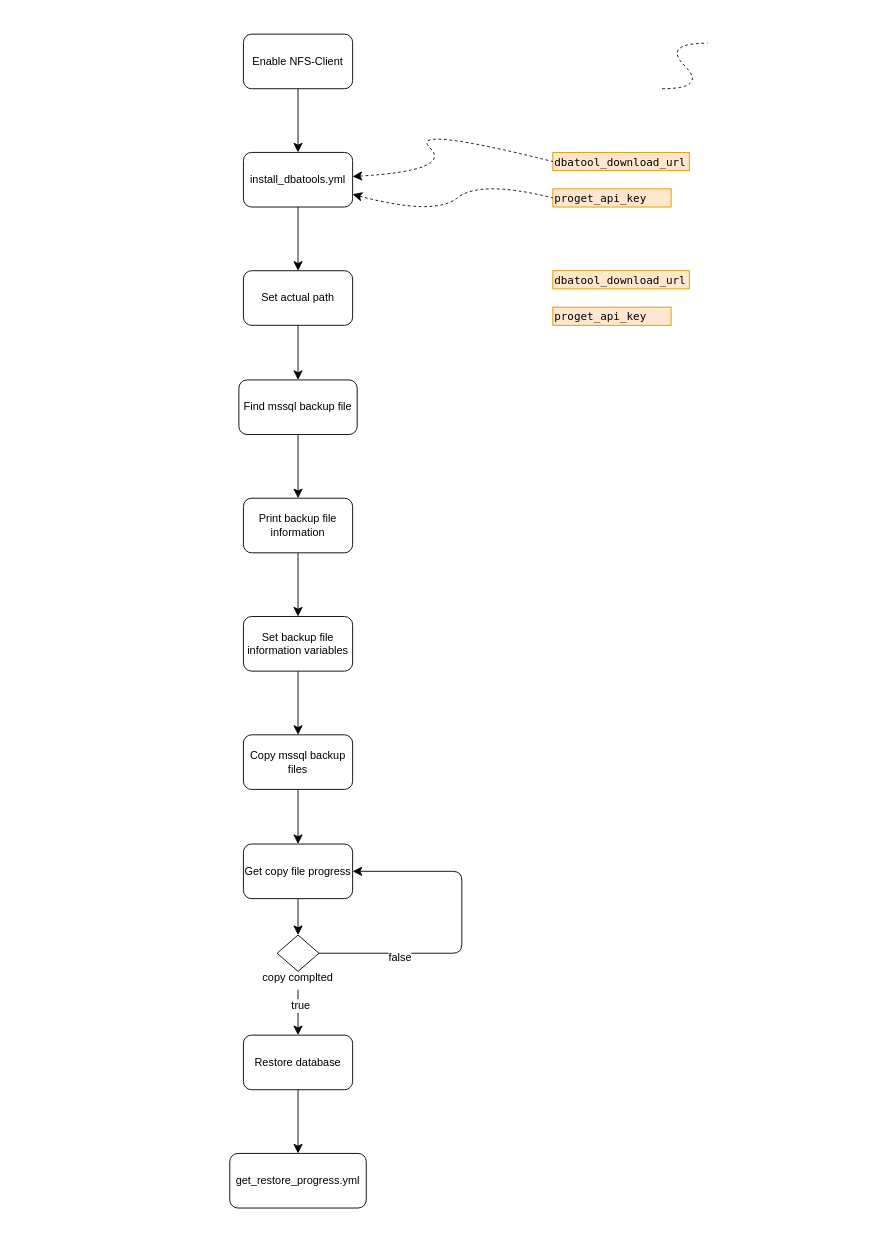
This is Ansible-Restore-MSSQL-Database.drawio from khinhvuphiduong/diagrams.net, a draw.io file, before an edit. Source tidied: cells renumbered, new cells numbered last; positions are measured from the earlier drawing's top-left corner, leaving out a move shared by most shapes. Both pictures are drawn from the tidied source at 91%, with x=0, y=0 at pixel (229, 34).
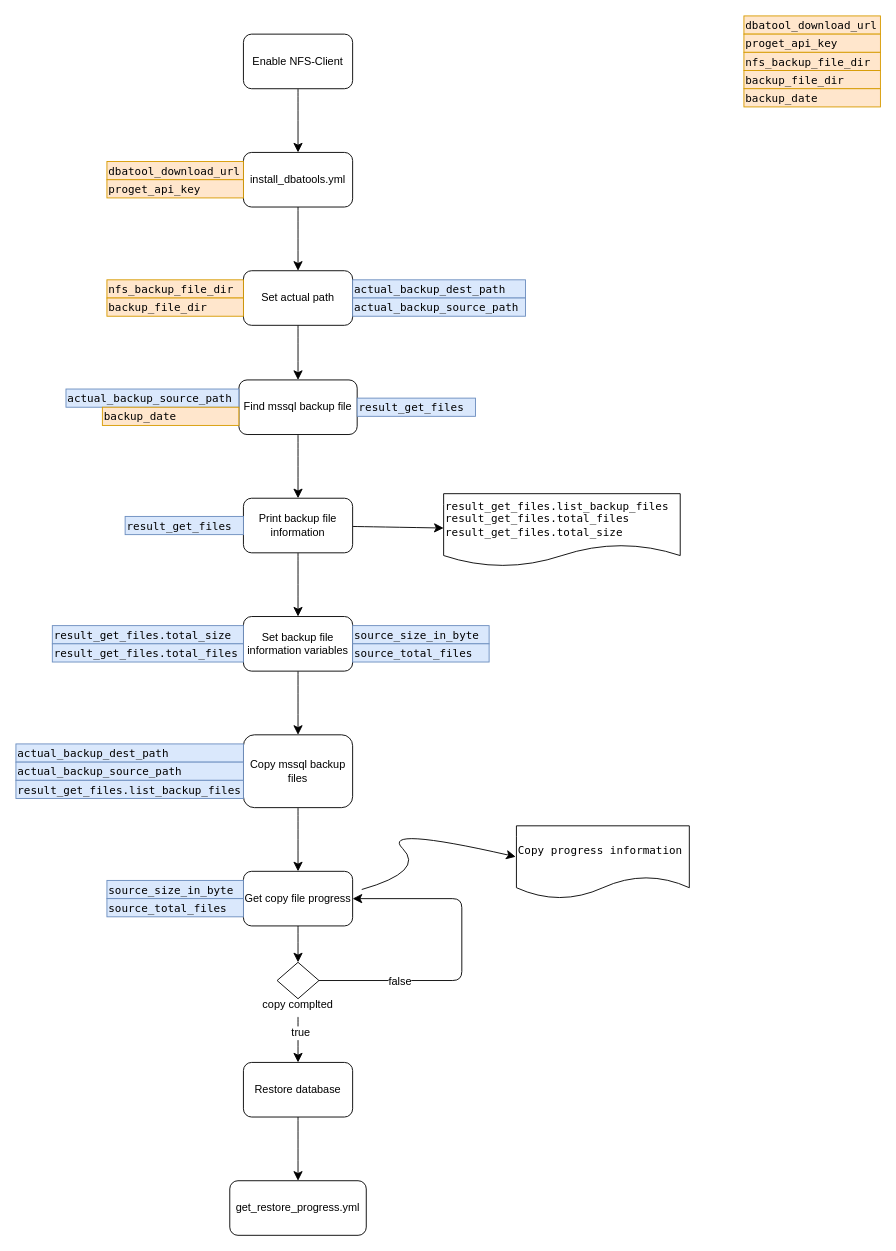
The same page after the edit.

Unchanged cells that the change refers to:
```xml
<mxCell id="5" value="Print backup file information" style="rounded=1;whiteSpace=wrap;html=1;" parent="1" vertex="1">
  <mxGeometry x="15" y="510" width="120" height="60" as="geometry" />
</mxCell>
<mxCell id="17" value="install_dbatools.yml" style="rounded=1;whiteSpace=wrap;html=1;" parent="1" vertex="1">
  <mxGeometry x="15" y="130" width="120" height="60" as="geometry" />
</mxCell>
```

Diff of the diagram source:
```diff
@@
+    <mxCell id="34" style="edgeStyle=none;curved=1;rounded=0;jettySize=auto;html=1;fontSize=12;startSize=8;endSize=8;" parent="1" edge="1" source="5" target="46">
+      <mxGeometry relative="1" as="geometry" />
+    </mxCell>
@@
     <mxCell id="13" value="Copy mssql backup files" style="rounded=1;whiteSpace=wrap;html=1;" parent="1" vertex="1">
-      <mxGeometry x="15" y="770" width="120" height="60" as="geometry" />
+      <mxGeometry x="15" y="770" width="120" height="80" as="geometry" />
     </mxCell>
@@
     <mxCell id="15" value="Get copy file progress" style="rounded=1;whiteSpace=wrap;html=1;" parent="1" vertex="1">
-      <mxGeometry x="15" y="890" width="120" height="60" as="geometry" />
+      <mxGeometry x="15" y="920" width="120" height="60" as="geometry" />
     </mxCell>
@@
     <mxCell id="19" value="Restore database" style="rounded=1;whiteSpace=wrap;html=1;" parent="1" vertex="1">
-      <mxGeometry x="15" y="1100" width="120" height="60" as="geometry" />
+      <mxGeometry x="15" y="1130" width="120" height="60" as="geometry" />
     </mxCell>
     <mxCell id="20" value="get_restore_progress.yml" style="rounded=1;whiteSpace=wrap;html=1;" parent="1" vertex="1">
-      <mxGeometry y="1230" width="150" height="60" as="geometry" />
+      <mxGeometry y="1260" width="150" height="60" as="geometry" />
     </mxCell>
     <mxCell id="21" style="edgeStyle=none;curved=0;rounded=1;jettySize=auto;html=1;entryX=1;entryY=0.5;entryDx=0;entryDy=0;fontSize=12;startSize=8;endSize=8;" parent="1" edge="1" source="23" target="15">
       <mxGeometry relative="1" as="geometry">
         <Array as="points">
-          <mxPoint x="255" y="1010" />
-          <mxPoint x="255" y="920" />
+          <mxPoint x="255" y="1040" />
+          <mxPoint x="255" y="950" />
         </Array>
       </mxGeometry>
     </mxCell>
     <mxCell id="22" value="false" style="edgeLabel;html=1;align=center;verticalAlign=middle;fontSize=12;" parent="21" vertex="1">
-      <mxGeometry x="-0.52" y="-4" relative="1" as="geometry" />
+      <mxGeometry x="-0.52" y="-4" relative="1" as="geometry">
+        <mxPoint y="-4" as="offset" />
+      </mxGeometry>
     </mxCell>
     <mxCell id="23" style="rhombus;whiteSpace=wrap;html=1;" parent="1" vertex="1">
-      <mxGeometry x="52" y="990" width="46" height="40" as="geometry" />
+      <mxGeometry x="52" y="1020" width="46" height="40" as="geometry" />
     </mxCell>
@@
     <mxCell id="26" value="&lt;font style=&quot;font-size: 12px;&quot;&gt;copy complted&lt;/font&gt;" style="text;html=1;align=center;verticalAlign=middle;whiteSpace=wrap;rounded=0;fontSize=16;" parent="1" vertex="1">
-      <mxGeometry x="25" y="1020" width="100" height="30" as="geometry" />
+      <mxGeometry x="25" y="1050" width="100" height="30" as="geometry" />
     </mxCell>
     <mxCell id="27" value="&lt;div style=&quot;font-family: Menlo, Monaco, &amp;quot;Courier New&amp;quot;, monospace; font-weight: normal; font-size: 12px; line-height: 18px; white-space: pre;&quot;&gt;&lt;div&gt;&lt;span style=&quot;&quot;&gt;dbatool_download_url&lt;/span&gt;&lt;/div&gt;&lt;/div&gt;" style="text;whiteSpace=wrap;html=1;verticalAlign=middle;labelBackgroundColor=none;fillColor=#ffe6cc;strokeColor=#d79b00;" parent="1" vertex="1">
-      <mxGeometry x="355" y="130" width="150" height="20" as="geometry" />
+      <mxGeometry x="-135" y="140" width="150" height="20" as="geometry" />
     </mxCell>
     <mxCell id="28" value="&lt;div style=&quot;font-family: Menlo, Monaco, &amp;quot;Courier New&amp;quot;, monospace; font-weight: normal; font-size: 12px; line-height: 18px; white-space: pre;&quot;&gt;&lt;div&gt;&lt;span style=&quot;&quot;&gt;proget_api_key&lt;/span&gt;&lt;/div&gt;&lt;/div&gt;" style="text;whiteSpace=wrap;html=1;verticalAlign=middle;labelBackgroundColor=none;fillColor=#ffe6cc;strokeColor=#d79b00;" parent="1" vertex="1">
-      <mxGeometry x="355" y="170" width="130" height="20" as="geometry" />
+      <mxGeometry x="-135" y="160" width="150" height="20" as="geometry" />
     </mxCell>
-    <mxCell id="29" style="curved=1;endArrow=none;html=1;rounded=0;fontSize=12;startSize=8;endSize=8;endFill=0;dashed=1;" parent="1" edge="1">
-      <mxGeometry relative="1" as="geometry">
-        <mxPoint x="475" y="60" as="sourcePoint" />
-        <mxPoint x="525" y="10" as="targetPoint" />
-        <Array as="points">
-          <mxPoint x="525" y="60" />
-          <mxPoint x="475" y="10" />
-        </Array>
-      </mxGeometry>
-    </mxCell>
-    <mxCell id="30" style="curved=1;endArrow=none;html=1;rounded=0;fontSize=12;startSize=8;endSize=8;endFill=0;dashed=1;entryX=0;entryY=0.5;entryDx=0;entryDy=0;startArrow=classic;startFill=1;" parent="1" edge="1" source="17" target="27">
-      <mxGeometry relative="1" as="geometry">
-        <Array as="points">
-          <mxPoint x="245" y="150" />
-          <mxPoint x="195" y="100" />
-        </Array>
-      </mxGeometry>
-    </mxCell>
-    <mxCell id="31" style="curved=1;endArrow=none;html=1;rounded=0;fontSize=12;startSize=8;endSize=8;endFill=0;dashed=1;entryX=0;entryY=0.5;entryDx=0;entryDy=0;startArrow=classic;startFill=1;" parent="1" edge="1" source="17" target="28">
-      <mxGeometry relative="1" as="geometry">
-        <Array as="points">
-          <mxPoint x="225" y="200" />
-          <mxPoint x="275" y="160" />
-        </Array>
-      </mxGeometry>
-    </mxCell>
-    <mxCell id="32" value="&lt;div style=&quot;font-family: Menlo, Monaco, &amp;quot;Courier New&amp;quot;, monospace; font-weight: normal; font-size: 12px; line-height: 18px; white-space: pre;&quot;&gt;&lt;div&gt;&lt;span style=&quot;&quot;&gt;dbatool_download_url&lt;/span&gt;&lt;/div&gt;&lt;/div&gt;" style="text;whiteSpace=wrap;html=1;verticalAlign=middle;labelBackgroundColor=none;fillColor=#ffe6cc;strokeColor=#d79b00;" parent="1" vertex="1">
-      <mxGeometry x="355" y="260" width="150" height="20" as="geometry" />
+    <mxCell id="32" value="&lt;div style=&quot;line-height: 18px;&quot;&gt;&lt;font face=&quot;Menlo, Monaco, Courier New, monospace&quot;&gt;&lt;span style=&quot;white-space: pre;&quot;&gt;nfs_backup_file_dir&lt;/span&gt;&lt;/font&gt;&lt;br&gt;&lt;/div&gt;" style="text;whiteSpace=wrap;html=1;verticalAlign=middle;labelBackgroundColor=none;fillColor=#ffe6cc;strokeColor=#d79b00;" parent="1" vertex="1">
+      <mxGeometry x="-135" y="270" width="150" height="20" as="geometry" />
     </mxCell>
-    <mxCell id="33" value="&lt;div style=&quot;font-family: Menlo, Monaco, &amp;quot;Courier New&amp;quot;, monospace; font-weight: normal; font-size: 12px; line-height: 18px; white-space: pre;&quot;&gt;&lt;div&gt;&lt;span style=&quot;&quot;&gt;proget_api_key&lt;/span&gt;&lt;/div&gt;&lt;/div&gt;" style="text;whiteSpace=wrap;html=1;verticalAlign=middle;labelBackgroundColor=none;fillColor=#ffe6cc;strokeColor=#d79b00;" parent="1" vertex="1">
-      <mxGeometry x="355" y="300" width="130" height="20" as="geometry" />
+    <mxCell id="33" value="&lt;div style=&quot;line-height: 18px;&quot;&gt;&lt;font face=&quot;Menlo, Monaco, Courier New, monospace&quot;&gt;&lt;span style=&quot;white-space: pre;&quot;&gt;backup_file_dir&lt;/span&gt;&lt;/font&gt;&lt;br&gt;&lt;/div&gt;" style="text;whiteSpace=wrap;html=1;verticalAlign=middle;labelBackgroundColor=none;fillColor=#ffe6cc;strokeColor=#d79b00;" parent="1" vertex="1">
+      <mxGeometry x="-135" y="290" width="150" height="20" as="geometry" />
     </mxCell>
+    <mxCell id="35" value="&lt;div style=&quot;line-height: 18px;&quot;&gt;&lt;font face=&quot;Menlo, Monaco, Courier New, monospace&quot;&gt;&lt;span style=&quot;white-space: pre;&quot;&gt;actual_backup_dest_path&lt;/span&gt;&lt;/font&gt;&lt;br&gt;&lt;/div&gt;" style="text;whiteSpace=wrap;html=1;verticalAlign=middle;labelBackgroundColor=none;fillColor=#dae8fc;strokeColor=#6c8ebf;" parent="1" vertex="1">
+      <mxGeometry x="135" y="270" width="190" height="20" as="geometry" />
+    </mxCell>
+    <mxCell id="36" value="&lt;div style=&quot;line-height: 18px;&quot;&gt;&lt;font face=&quot;Menlo, Monaco, Courier New, monospace&quot;&gt;&lt;span style=&quot;white-space: pre;&quot;&gt;actual_backup_source_path&lt;/span&gt;&lt;/font&gt;&lt;br&gt;&lt;/div&gt;" style="text;whiteSpace=wrap;html=1;verticalAlign=middle;labelBackgroundColor=none;fillColor=#dae8fc;strokeColor=#6c8ebf;" parent="1" vertex="1">
+      <mxGeometry x="135" y="290" width="190" height="20" as="geometry" />
+    </mxCell>
+    <mxCell id="37" value="&lt;div style=&quot;font-family: Menlo, Monaco, &amp;quot;Courier New&amp;quot;, monospace; font-weight: normal; font-size: 12px; line-height: 18px; white-space: pre;&quot;&gt;&lt;div&gt;&lt;span style=&quot;&quot;&gt;dbatool_download_url&lt;/span&gt;&lt;/div&gt;&lt;/div&gt;" style="text;whiteSpace=wrap;html=1;verticalAlign=middle;labelBackgroundColor=none;fillColor=#ffe6cc;strokeColor=#d79b00;" parent="1" vertex="1">
+      <mxGeometry x="565" y="-20" width="150" height="20" as="geometry" />
+    </mxCell>
+    <mxCell id="38" value="&lt;div style=&quot;font-family: Menlo, Monaco, &amp;quot;Courier New&amp;quot;, monospace; font-weight: normal; font-size: 12px; line-height: 18px; white-space: pre;&quot;&gt;&lt;div&gt;&lt;span style=&quot;&quot;&gt;proget_api_key&lt;/span&gt;&lt;/div&gt;&lt;/div&gt;" style="text;whiteSpace=wrap;html=1;verticalAlign=middle;labelBackgroundColor=none;fillColor=#ffe6cc;strokeColor=#d79b00;" parent="1" vertex="1">
+      <mxGeometry x="565" width="150" height="20" as="geometry" />
+    </mxCell>
+    <mxCell id="39" value="&lt;div style=&quot;line-height: 18px;&quot;&gt;&lt;font face=&quot;Menlo, Monaco, Courier New, monospace&quot;&gt;&lt;span style=&quot;white-space: pre;&quot;&gt;nfs_backup_file_dir&lt;/span&gt;&lt;/font&gt;&lt;br&gt;&lt;/div&gt;" style="text;whiteSpace=wrap;html=1;verticalAlign=middle;labelBackgroundColor=none;fillColor=#ffe6cc;strokeColor=#d79b00;" parent="1" vertex="1">
+      <mxGeometry x="565" y="20" width="150" height="20" as="geometry" />
+    </mxCell>
+    <mxCell id="40" value="&lt;div style=&quot;line-height: 18px;&quot;&gt;&lt;font face=&quot;Menlo, Monaco, Courier New, monospace&quot;&gt;&lt;span style=&quot;white-space: pre;&quot;&gt;backup_file_dir&lt;/span&gt;&lt;/font&gt;&lt;br&gt;&lt;/div&gt;" style="text;whiteSpace=wrap;html=1;verticalAlign=middle;labelBackgroundColor=none;fillColor=#ffe6cc;strokeColor=#d79b00;" parent="1" vertex="1">
+      <mxGeometry x="565" y="40" width="150" height="20" as="geometry" />
+    </mxCell>
+    <mxCell id="41" value="&lt;div style=&quot;line-height: 18px;&quot;&gt;&lt;font face=&quot;Menlo, Monaco, Courier New, monospace&quot;&gt;&lt;span style=&quot;white-space: pre;&quot;&gt;actual_backup_source_path&lt;/span&gt;&lt;/font&gt;&lt;br&gt;&lt;/div&gt;" style="text;whiteSpace=wrap;html=1;verticalAlign=middle;labelBackgroundColor=none;fillColor=#dae8fc;strokeColor=#6c8ebf;" parent="1" vertex="1">
+      <mxGeometry x="-180" y="390" width="190" height="20" as="geometry" />
+    </mxCell>
+    <mxCell id="42" value="&lt;div style=&quot;line-height: 18px;&quot;&gt;&lt;font face=&quot;Menlo, Monaco, Courier New, monospace&quot;&gt;&lt;span style=&quot;white-space: pre;&quot;&gt;backup_date&lt;/span&gt;&lt;/font&gt;&lt;br&gt;&lt;/div&gt;" style="text;whiteSpace=wrap;html=1;verticalAlign=middle;labelBackgroundColor=none;fillColor=#ffe6cc;strokeColor=#d79b00;" parent="1" vertex="1">
+      <mxGeometry x="565" y="60" width="150" height="20" as="geometry" />
+    </mxCell>
+    <mxCell id="43" value="&lt;div style=&quot;line-height: 18px;&quot;&gt;&lt;font face=&quot;Menlo, Monaco, Courier New, monospace&quot;&gt;&lt;span style=&quot;white-space: pre;&quot;&gt;backup_date&lt;/span&gt;&lt;/font&gt;&lt;br&gt;&lt;/div&gt;" style="text;whiteSpace=wrap;html=1;verticalAlign=middle;labelBackgroundColor=none;fillColor=#ffe6cc;strokeColor=#d79b00;" parent="1" vertex="1">
+      <mxGeometry x="-140" y="410" width="150" height="20" as="geometry" />
+    </mxCell>
+    <mxCell id="44" value="&lt;div style=&quot;line-height: 18px;&quot;&gt;&lt;font face=&quot;Menlo, Monaco, Courier New, monospace&quot;&gt;&lt;span style=&quot;white-space: pre;&quot;&gt;result_get_files&lt;/span&gt;&lt;/font&gt;&lt;br&gt;&lt;/div&gt;" style="text;whiteSpace=wrap;html=1;verticalAlign=middle;labelBackgroundColor=none;fillColor=#dae8fc;strokeColor=#6c8ebf;" parent="1" vertex="1">
+      <mxGeometry x="140" y="400" width="130" height="20" as="geometry" />
+    </mxCell>
+    <mxCell id="45" value="&lt;div style=&quot;line-height: 18px;&quot;&gt;&lt;font face=&quot;Menlo, Monaco, Courier New, monospace&quot;&gt;&lt;span style=&quot;white-space: pre;&quot;&gt;result_get_files&lt;/span&gt;&lt;/font&gt;&lt;br&gt;&lt;/div&gt;" style="text;whiteSpace=wrap;html=1;verticalAlign=middle;labelBackgroundColor=none;fillColor=#dae8fc;strokeColor=#6c8ebf;" parent="1" vertex="1">
+      <mxGeometry x="-115" y="530" width="130" height="20" as="geometry" />
+    </mxCell>
+    <mxCell id="46" value="&lt;span style=&quot;font-family: Menlo, Monaco, &amp;quot;Courier New&amp;quot;, monospace; white-space: pre;&quot;&gt;result_get_files.list_backup_files&lt;/span&gt;&lt;div&gt;&lt;span style=&quot;font-family: Menlo, Monaco, &amp;quot;Courier New&amp;quot;, monospace; white-space: pre;&quot;&gt;result_get_files.total_files&lt;br&gt;&lt;/span&gt;&lt;span style=&quot;font-family: Menlo, Monaco, &amp;quot;Courier New&amp;quot;, monospace; white-space: pre;&quot;&gt;result_get_files.total_size&lt;/span&gt;&lt;br&gt;&lt;/div&gt;" style="shape=document;whiteSpace=wrap;html=1;boundedLbl=1;align=left;" parent="1" vertex="1">
+      <mxGeometry x="235" y="505" width="260" height="80" as="geometry" />
+    </mxCell>
+    <mxCell id="47" value="&lt;div style=&quot;line-height: 18px;&quot;&gt;&lt;font face=&quot;Menlo, Monaco, Courier New, monospace&quot;&gt;&lt;span style=&quot;white-space: pre;&quot;&gt;result_get_files.total_size&lt;/span&gt;&lt;/font&gt;&lt;br&gt;&lt;/div&gt;" style="text;whiteSpace=wrap;html=1;verticalAlign=middle;labelBackgroundColor=none;fillColor=#dae8fc;strokeColor=#6c8ebf;" parent="1" vertex="1">
+      <mxGeometry x="-195" y="650" width="210" height="20" as="geometry" />
+    </mxCell>
+    <mxCell id="48" value="&lt;div style=&quot;line-height: 18px;&quot;&gt;&lt;font face=&quot;Menlo, Monaco, Courier New, monospace&quot;&gt;&lt;span style=&quot;white-space: pre;&quot;&gt;result_get_files.total_files&lt;/span&gt;&lt;/font&gt;&lt;br&gt;&lt;/div&gt;" style="text;whiteSpace=wrap;html=1;verticalAlign=middle;labelBackgroundColor=none;fillColor=#dae8fc;strokeColor=#6c8ebf;" parent="1" vertex="1">
+      <mxGeometry x="-195" y="670" width="210" height="20" as="geometry" />
+    </mxCell>
+    <mxCell id="49" value="&lt;div style=&quot;line-height: 18px;&quot;&gt;&lt;font face=&quot;Menlo, Monaco, Courier New, monospace&quot;&gt;&lt;span style=&quot;white-space: pre;&quot;&gt;source_size_in_byte&lt;/span&gt;&lt;/font&gt;&lt;br&gt;&lt;/div&gt;" style="text;whiteSpace=wrap;html=1;verticalAlign=middle;labelBackgroundColor=none;fillColor=#dae8fc;strokeColor=#6c8ebf;" parent="1" vertex="1">
+      <mxGeometry x="135" y="650" width="150" height="20" as="geometry" />
+    </mxCell>
+    <mxCell id="50" value="&lt;div style=&quot;line-height: 18px;&quot;&gt;&lt;font face=&quot;Menlo, Monaco, Courier New, monospace&quot;&gt;&lt;span style=&quot;white-space: pre;&quot;&gt;source_total_files&lt;/span&gt;&lt;/font&gt;&lt;br&gt;&lt;/div&gt;" style="text;whiteSpace=wrap;html=1;verticalAlign=middle;labelBackgroundColor=none;fillColor=#dae8fc;strokeColor=#6c8ebf;" parent="1" vertex="1">
+      <mxGeometry x="135" y="670" width="150" height="20" as="geometry" />
+    </mxCell>
+    <mxCell id="51" value="&lt;div style=&quot;line-height: 18px;&quot;&gt;&lt;font face=&quot;Menlo, Monaco, Courier New, monospace&quot;&gt;&lt;span style=&quot;white-space: pre;&quot;&gt;actual_backup_dest_path&lt;/span&gt;&lt;/font&gt;&lt;br&gt;&lt;/div&gt;" style="text;whiteSpace=wrap;html=1;verticalAlign=middle;labelBackgroundColor=none;fillColor=#dae8fc;strokeColor=#6c8ebf;" parent="1" vertex="1">
+      <mxGeometry x="-235" y="780" width="250" height="20" as="geometry" />
+    </mxCell>
+    <mxCell id="52" value="&lt;div style=&quot;line-height: 18px;&quot;&gt;&lt;font face=&quot;Menlo, Monaco, Courier New, monospace&quot;&gt;&lt;span style=&quot;white-space: pre;&quot;&gt;actual_backup_source_path&lt;/span&gt;&lt;/font&gt;&lt;br&gt;&lt;/div&gt;" style="text;whiteSpace=wrap;html=1;verticalAlign=middle;labelBackgroundColor=none;fillColor=#dae8fc;strokeColor=#6c8ebf;" parent="1" vertex="1">
+      <mxGeometry x="-235" y="800" width="250" height="20" as="geometry" />
+    </mxCell>
+    <mxCell id="53" value="&lt;div style=&quot;line-height: 18px;&quot;&gt;&lt;font face=&quot;Menlo, Monaco, Courier New, monospace&quot;&gt;&lt;span style=&quot;white-space: pre;&quot;&gt;result_get_files.list_backup_files&lt;/span&gt;&lt;/font&gt;&lt;br&gt;&lt;/div&gt;" style="text;whiteSpace=wrap;html=1;verticalAlign=middle;labelBackgroundColor=none;fillColor=#dae8fc;strokeColor=#6c8ebf;" parent="1" vertex="1">
+      <mxGeometry x="-235" y="820" width="250" height="20" as="geometry" />
+    </mxCell>
+    <mxCell id="54" value="&lt;div style=&quot;line-height: 18px;&quot;&gt;&lt;font face=&quot;Menlo, Monaco, Courier New, monospace&quot;&gt;&lt;span style=&quot;white-space: pre;&quot;&gt;source_size_in_byte&lt;/span&gt;&lt;/font&gt;&lt;br&gt;&lt;/div&gt;" style="text;whiteSpace=wrap;html=1;verticalAlign=middle;labelBackgroundColor=none;fillColor=#dae8fc;strokeColor=#6c8ebf;" parent="1" vertex="1">
+      <mxGeometry x="-135" y="930" width="150" height="20" as="geometry" />
+    </mxCell>
+    <mxCell id="55" value="&lt;div style=&quot;line-height: 18px;&quot;&gt;&lt;font face=&quot;Menlo, Monaco, Courier New, monospace&quot;&gt;&lt;span style=&quot;white-space: pre;&quot;&gt;source_total_files&lt;/span&gt;&lt;/font&gt;&lt;br&gt;&lt;/div&gt;" style="text;whiteSpace=wrap;html=1;verticalAlign=middle;labelBackgroundColor=none;fillColor=#dae8fc;strokeColor=#6c8ebf;" parent="1" vertex="1">
+      <mxGeometry x="-135" y="950" width="150" height="20" as="geometry" />
+    </mxCell>
+    <mxCell id="56" value="&lt;div&gt;&lt;font face=&quot;Menlo, Monaco, Courier New, monospace&quot;&gt;&lt;span style=&quot;white-space: pre;&quot;&gt;Copy progress information&lt;/span&gt;&lt;/font&gt;&lt;/div&gt;" style="shape=document;whiteSpace=wrap;html=1;boundedLbl=1;align=left;" parent="1" vertex="1">
+      <mxGeometry x="315" y="870" width="190" height="80" as="geometry" />
+    </mxCell>
+    <mxCell id="57" style="curved=1;endArrow=classic;html=1;rounded=0;fontSize=12;startSize=8;endSize=8;entryX=-0.004;entryY=0.425;entryDx=0;entryDy=0;entryPerimeter=0;" parent="1" edge="1" target="56">
+      <mxGeometry relative="1" as="geometry">
+        <mxPoint x="145" y="940" as="sourcePoint" />
+        <Array as="points">
+          <mxPoint x="215" y="920" />
+          <mxPoint x="165" y="870" />
+        </Array>
+      </mxGeometry>
+    </mxCell>
```
